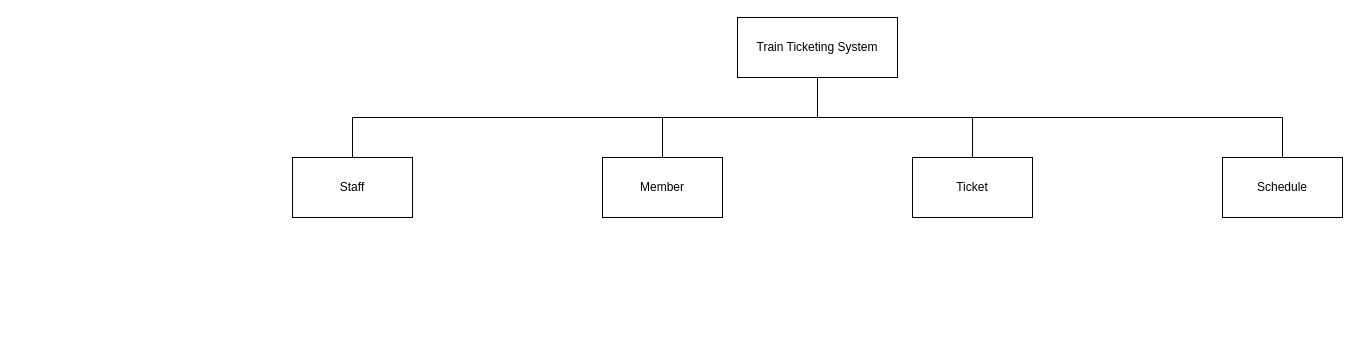
Earlier version of the draw.io diagram diagrams/structure_chart.drawio (Poleric/train-ticketing-system). Source tidied: cells renumbered, new cells numbered last; positions are measured from the earlier drawing's top-left corner, leaving out a move shared by most shapes. Both pictures are drawn from the tidied source at 100%, with x=0, y=0 at pixel (292, 17).
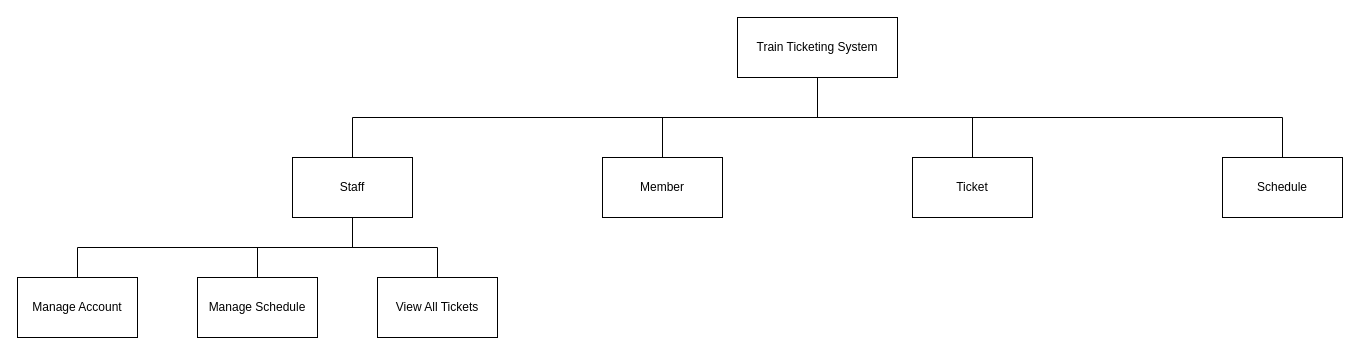
The same diagram, later.

Diff of the diagram source:
```diff
@@
 <mxGraphModel>
   <root>
     <mxCell id="0" />
     <mxCell id="1" parent="0" />
+    <mxCell id="11" style="edgeStyle=orthogonalEdgeStyle;rounded=0;jettySize=auto;html=1;exitX=0.5;exitY=1;exitDx=0;exitDy=0;entryX=0.5;entryY=0;entryDx=0;entryDy=0;endArrow=none;endFill=0;" parent="1" edge="1" source="2" target="14">
+      <mxGeometry relative="1" as="geometry" />
+    </mxCell>
+    <mxCell id="12" style="edgeStyle=orthogonalEdgeStyle;rounded=0;jettySize=auto;html=1;exitX=0.5;exitY=1;exitDx=0;exitDy=0;entryX=0.5;entryY=0;entryDx=0;entryDy=0;endArrow=none;endFill=0;" parent="1" edge="1" source="2" target="15">
+      <mxGeometry relative="1" as="geometry" />
+    </mxCell>
+    <mxCell id="13" style="edgeStyle=orthogonalEdgeStyle;rounded=0;jettySize=auto;html=1;exitX=0.5;exitY=1;exitDx=0;exitDy=0;entryX=0.5;entryY=0;entryDx=0;entryDy=0;endArrow=none;endFill=0;" parent="1" edge="1" source="2" target="16">
+      <mxGeometry relative="1" as="geometry" />
+    </mxCell>
     <mxCell id="2" value="Staff" style="rounded=0;whiteSpace=wrap;html=1;" parent="1" vertex="1">
       <mxGeometry y="140" width="120" height="60" as="geometry" />
     </mxCell>
     <mxCell id="3" value="Member" style="rounded=0;whiteSpace=wrap;html=1;" parent="1" vertex="1">
       <mxGeometry x="310" y="140" width="120" height="60" as="geometry" />
     </mxCell>
     <mxCell id="4" value="Ticket" style="rounded=0;whiteSpace=wrap;html=1;" parent="1" vertex="1">
       <mxGeometry x="620" y="140" width="120" height="60" as="geometry" />
     </mxCell>
     <mxCell id="5" value="Schedule" style="rounded=0;whiteSpace=wrap;html=1;" parent="1" vertex="1">
       <mxGeometry x="930" y="140" width="120" height="60" as="geometry" />
     </mxCell>
     <mxCell id="6" style="edgeStyle=orthogonalEdgeStyle;rounded=0;jettySize=auto;html=1;exitX=0.5;exitY=1;exitDx=0;exitDy=0;entryX=0.5;entryY=0;entryDx=0;entryDy=0;endArrow=none;endFill=0;" parent="1" edge="1" source="10" target="2">
       <mxGeometry relative="1" as="geometry" />
     </mxCell>
     <mxCell id="7" style="edgeStyle=orthogonalEdgeStyle;rounded=0;jettySize=auto;html=1;exitX=0.5;exitY=1;exitDx=0;exitDy=0;entryX=0.5;entryY=0;entryDx=0;entryDy=0;endArrow=none;endFill=0;" parent="1" edge="1" source="10" target="3">
       <mxGeometry relative="1" as="geometry" />
     </mxCell>
     <mxCell id="8" style="edgeStyle=orthogonalEdgeStyle;rounded=0;jettySize=auto;html=1;exitX=0.5;exitY=1;exitDx=0;exitDy=0;entryX=0.5;entryY=0;entryDx=0;entryDy=0;endArrow=none;endFill=0;" parent="1" edge="1" source="10" target="4">
       <mxGeometry relative="1" as="geometry" />
     </mxCell>
     <mxCell id="9" style="edgeStyle=orthogonalEdgeStyle;rounded=0;jettySize=auto;html=1;exitX=0.5;exitY=1;exitDx=0;exitDy=0;entryX=0.5;entryY=0;entryDx=0;entryDy=0;endArrow=none;endFill=0;" parent="1" edge="1" source="10" target="5">
       <mxGeometry relative="1" as="geometry" />
     </mxCell>
     <mxCell id="10" value="Train Ticketing System" style="rounded=0;whiteSpace=wrap;html=1;" parent="1" vertex="1">
       <mxGeometry x="445" width="160" height="60" as="geometry" />
     </mxCell>
+    <mxCell id="14" value="Manage Account" style="rounded=0;whiteSpace=wrap;html=1;" parent="1" vertex="1">
+      <mxGeometry x="-275" y="260" width="120" height="60" as="geometry" />
+    </mxCell>
+    <mxCell id="15" value="Manage Schedule" style="rounded=0;whiteSpace=wrap;html=1;" parent="1" vertex="1">
+      <mxGeometry x="-95" y="260" width="120" height="60" as="geometry" />
+    </mxCell>
+    <mxCell id="16" value="View All Tickets" style="rounded=0;whiteSpace=wrap;html=1;" parent="1" vertex="1">
+      <mxGeometry x="85" y="260" width="120" height="60" as="geometry" />
+    </mxCell>
   </root>
 </mxGraphModel>
```
